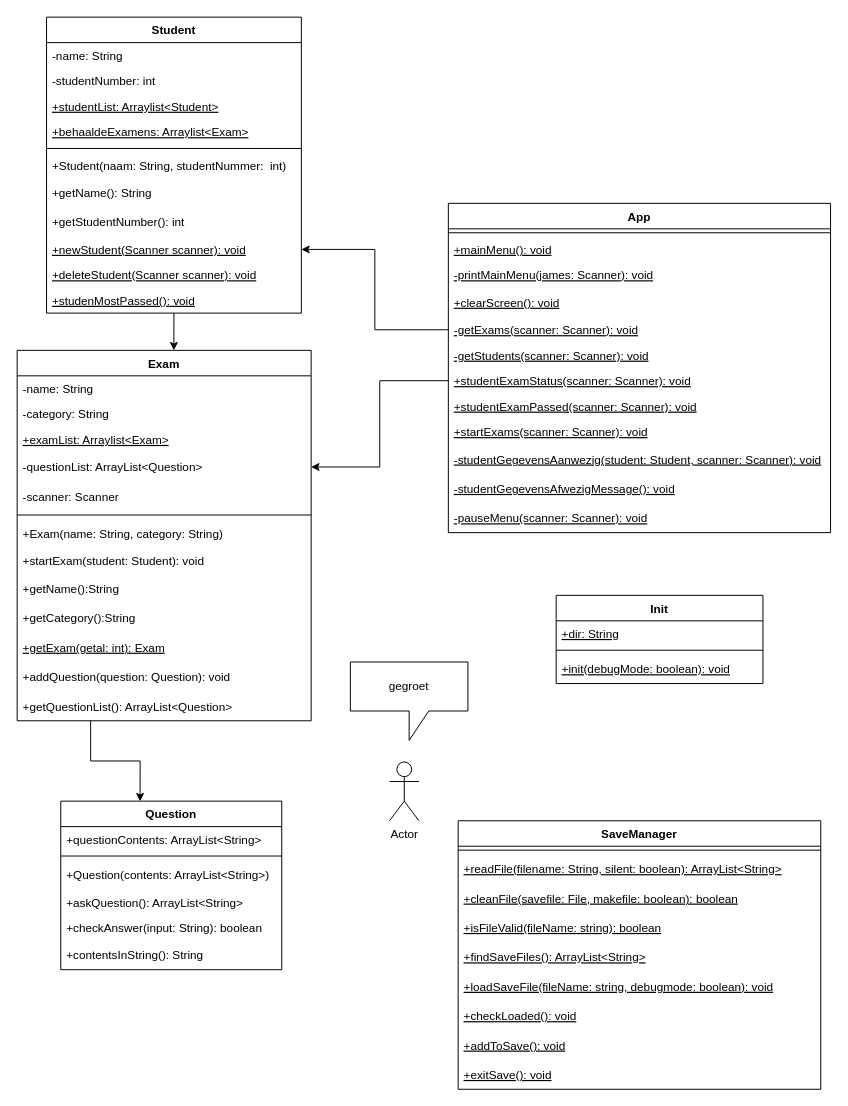
Studeeric/proj1 keeps this draw.io diagram as UML.drawio. Above is the earlier version. Source tidied: cells renumbered, new cells numbered last; positions are measured from the earlier drawing's top-left corner, leaving out a move shared by most shapes. Both pictures are drawn from the tidied source at 98%, with x=0, y=0 at pixel (17, 17).
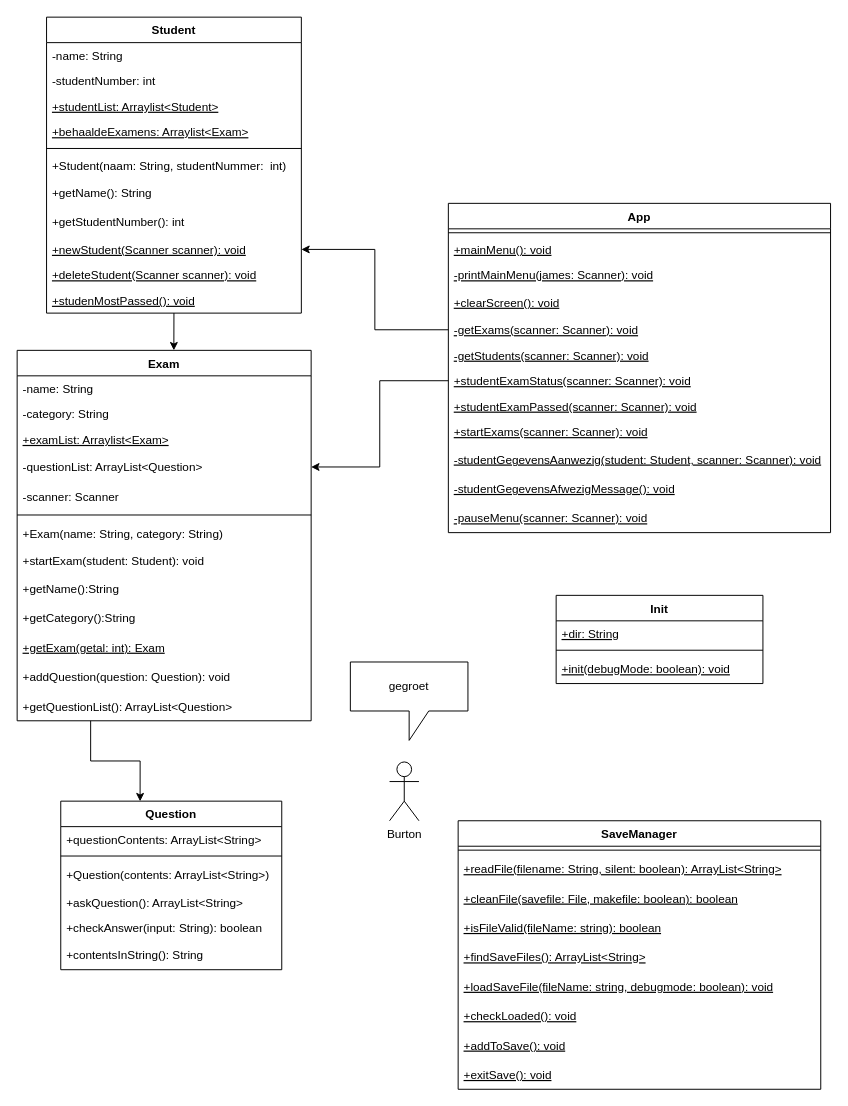
The same page after the edit.

The edit, as a diff of the source:
```diff
@@
-    <mxCell id="66" value="Actor" style="shape=umlActor;verticalLabelPosition=bottom;verticalAlign=top;html=1;" parent="1" vertex="1">
+    <mxCell id="66" value="Burton" style="shape=umlActor;verticalLabelPosition=bottom;verticalAlign=top;html=1;" parent="1" vertex="1">
       <mxGeometry x="380" y="760" width="30" height="60" as="geometry" />
     </mxCell>
```
